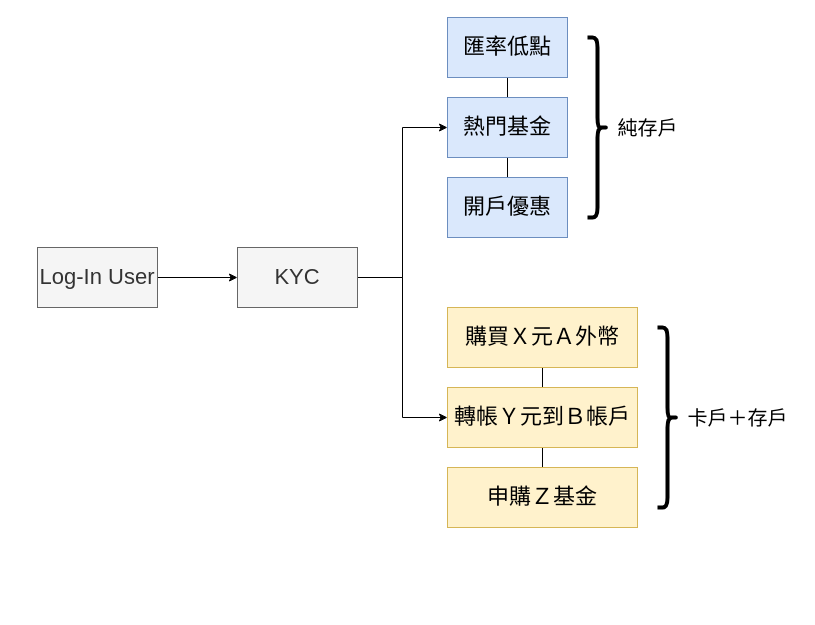
This is kyc_app.drawio from udothemath/my_drawio, a draw.io file, before an edit. Source tidied: cells renumbered, new cells numbered last; positions are measured from the earlier drawing's top-left corner, leaving out a move shared by most shapes. Both pictures are drawn from the tidied source at 100%, with x=0, y=0 at pixel (37, 17).
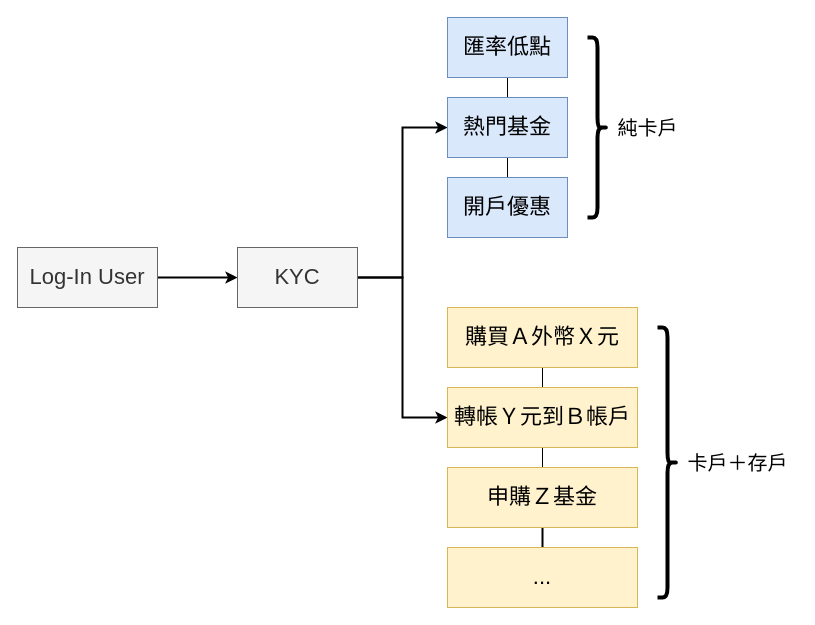
The same diagram, later.

The change refers to these unchanged cells:
```xml
<mxCell id="6" value="&lt;font style=&quot;font-size: 22px&quot;&gt;KYC&lt;/font&gt;" style="rounded=0;whiteSpace=wrap;html=1;fillColor=#f5f5f5;strokeColor=#666666;fontColor=#333333;" parent="1" vertex="1">
  <mxGeometry x="200" y="230" width="120" height="60" as="geometry" />
</mxCell>
<mxCell id="9" value="&lt;font style=&quot;font-size: 22px&quot;&gt;熱門基金&lt;/font&gt;" style="rounded=0;whiteSpace=wrap;html=1;fillColor=#dae8fc;strokeColor=#6c8ebf;" parent="1" vertex="1">
  <mxGeometry x="410" y="80" width="120" height="60" as="geometry" />
</mxCell>
<mxCell id="14" value="&lt;font style=&quot;font-size: 22px&quot;&gt;轉帳Ｙ元到Ｂ帳戶&lt;/font&gt;" style="rounded=0;whiteSpace=wrap;html=1;fillColor=#fff2cc;strokeColor=#d6b656;" parent="1" vertex="1">
  <mxGeometry x="410" y="370" width="190" height="60" as="geometry" />
</mxCell>
<mxCell id="16" value="&lt;font style=&quot;font-size: 22px&quot;&gt;申購Ｚ基金&lt;/font&gt;" style="rounded=0;whiteSpace=wrap;html=1;fillColor=#fff2cc;strokeColor=#d6b656;" parent="1" vertex="1">
  <mxGeometry x="410" y="450" width="190" height="60" as="geometry" />
</mxCell>
```

Change to the diagram source:
```diff
@@
-    <mxCell id="2" style="edgeStyle=orthogonalEdgeStyle;rounded=0;jettySize=auto;html=1;" parent="1" edge="1" source="3" target="6">
+    <mxCell id="2" style="edgeStyle=orthogonalEdgeStyle;rounded=0;jettySize=auto;html=1;strokeWidth=2;" parent="1" edge="1" source="3" target="6">
       <mxGeometry relative="1" as="geometry" />
     </mxCell>
     <mxCell id="3" value="&lt;font style=&quot;font-size: 22px&quot;&gt;Log-In User&lt;/font&gt;" style="rounded=0;whiteSpace=wrap;html=1;fillColor=#f5f5f5;strokeColor=#666666;fontColor=#333333;" parent="1" vertex="1">
-      <mxGeometry y="230" width="120" height="60" as="geometry" />
+      <mxGeometry x="-20" y="230" width="140" height="60" as="geometry" />
     </mxCell>
-    <mxCell id="4" style="edgeStyle=orthogonalEdgeStyle;rounded=0;jettySize=auto;html=1;entryX=0;entryY=0.5;entryDx=0;entryDy=0;" parent="1" edge="1" source="6" target="9">
+    <mxCell id="4" style="edgeStyle=orthogonalEdgeStyle;rounded=0;jettySize=auto;html=1;entryX=0;entryY=0.5;entryDx=0;entryDy=0;strokeWidth=2;" parent="1" edge="1" source="6" target="9">
       <mxGeometry relative="1" as="geometry" />
     </mxCell>
-    <mxCell id="5" style="edgeStyle=orthogonalEdgeStyle;rounded=0;jettySize=auto;html=1;entryX=0;entryY=0.5;entryDx=0;entryDy=0;" parent="1" edge="1" source="6" target="14">
+    <mxCell id="5" style="edgeStyle=orthogonalEdgeStyle;rounded=0;jettySize=auto;html=1;entryX=0;entryY=0.5;entryDx=0;entryDy=0;strokeWidth=2;" parent="1" edge="1" source="6" target="14">
       <mxGeometry relative="1" as="geometry" />
     </mxCell>
@@
-    <mxCell id="15" value="&lt;font style=&quot;font-size: 22px&quot;&gt;購買Ｘ元Ａ外幣&lt;/font&gt;" style="rounded=0;whiteSpace=wrap;html=1;fillColor=#fff2cc;strokeColor=#d6b656;" parent="1" vertex="1">
+    <mxCell id="15" value="&lt;font style=&quot;font-size: 22px&quot;&gt;購買Ａ外幣Ｘ元&lt;/font&gt;" style="rounded=0;whiteSpace=wrap;html=1;fillColor=#fff2cc;strokeColor=#d6b656;" parent="1" vertex="1">
       <mxGeometry x="410" y="290" width="190" height="60" as="geometry" />
     </mxCell>
+    <mxCell id="21" style="edgeStyle=orthogonalEdgeStyle;rounded=0;jettySize=auto;html=1;endArrow=none;endFill=0;strokeWidth=2;" parent="1" edge="1" source="16" target="22">
+      <mxGeometry relative="1" as="geometry" />
+    </mxCell>
@@
+    <mxCell id="22" value="&lt;span style=&quot;font-size: 22px&quot;&gt;...&lt;/span&gt;" style="rounded=0;whiteSpace=wrap;html=1;fillColor=#fff2cc;strokeColor=#d6b656;" parent="1" vertex="1">
+      <mxGeometry x="410" y="530" width="190" height="60" as="geometry" />
+    </mxCell>
     <mxCell id="17" style="shape=curlyBracket;whiteSpace=wrap;html=1;rounded=1;direction=west;strokeWidth=4;" parent="1" vertex="1">
-      <mxGeometry x="620" y="310" width="20" height="180" as="geometry" />
+      <mxGeometry x="620" y="310" width="20" height="270" as="geometry" />
     </mxCell>
     <mxCell id="18" value="&lt;span style=&quot;font-size: 20px&quot;&gt;卡戶＋存戶&lt;/span&gt;" style="text;html=1;align=center;verticalAlign=middle;" parent="1" vertex="1">
-      <mxGeometry x="640" y="390" width="120" height="20" as="geometry" />
+      <mxGeometry x="640" y="435" width="120" height="20" as="geometry" />
     </mxCell>
@@
-    <mxCell id="20" value="&lt;span style=&quot;font-size: 20px&quot;&gt;純存戶&lt;/span&gt;" style="text;html=1;align=center;verticalAlign=middle;" parent="1" vertex="1">
+    <mxCell id="20" value="&lt;span style=&quot;font-size: 20px&quot;&gt;純卡戶&lt;/span&gt;" style="text;html=1;align=center;verticalAlign=middle;" parent="1" vertex="1">
       <mxGeometry x="570" y="100" width="80" height="20" as="geometry" />
     </mxCell>
```
